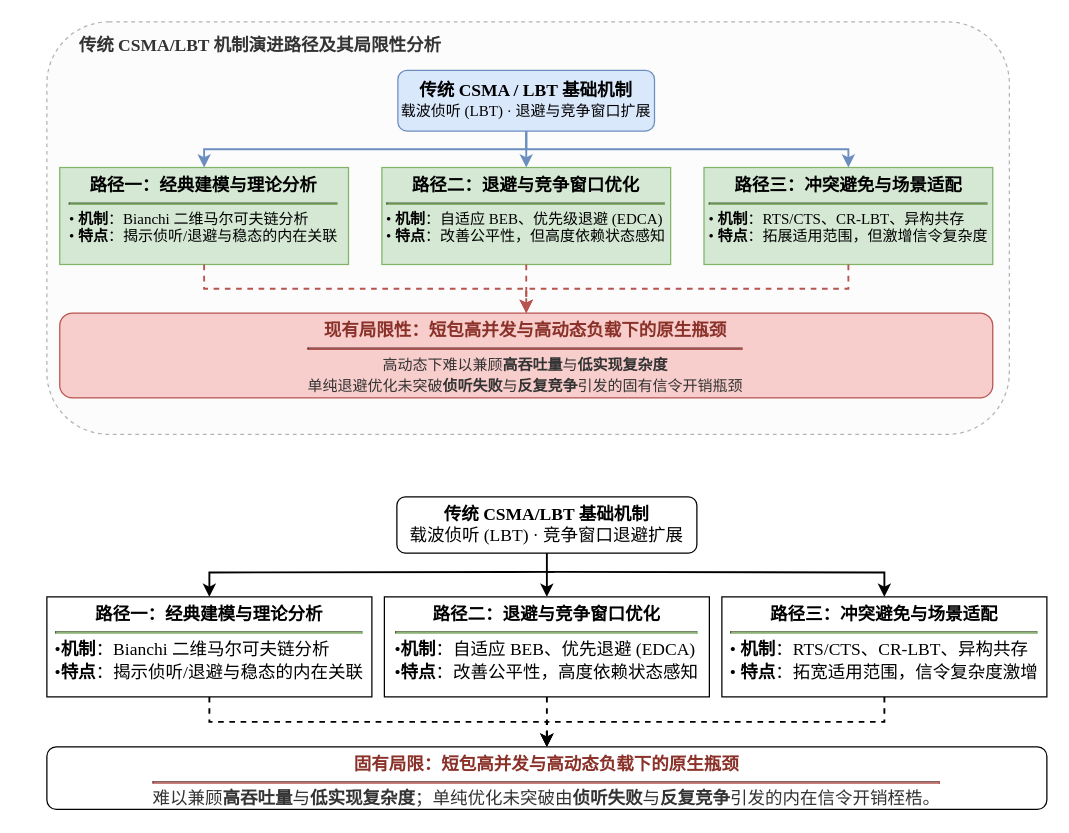
This is page "CSMA/LBT类随机接入协议研究技术脉络" (6 of 13) of drawio流程框图.drawio from Aworrier/zzzwl-big_paper, a draw.io file, before an edit. Source tidied: cells renumbered, new cells numbered last; positions are measured from the earlier drawing's top-left corner, leaving out a move shared by most shapes. Both pictures are drawn from the tidied source at 125%, with x=0, y=0 at pixel (46, 21).
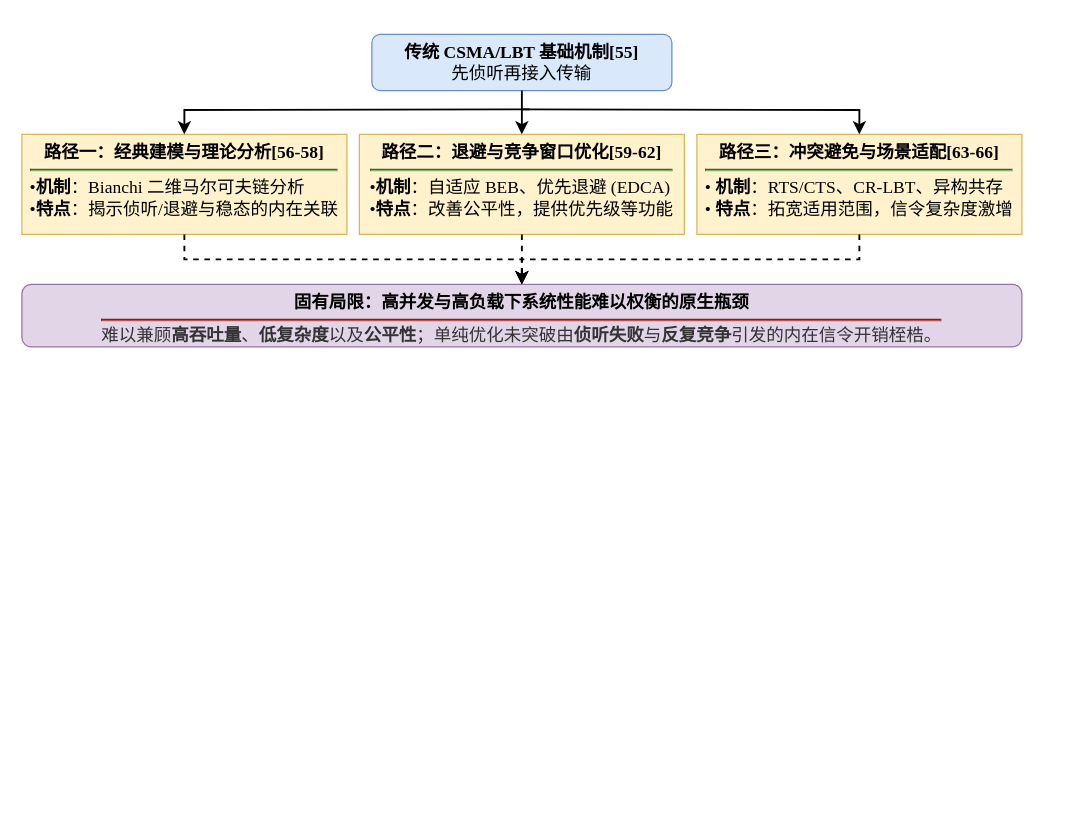
The same diagram, later.

Diff of the diagram source:
```diff
@@
-    <mxCell id="2" style="group;" parent="1" vertex="1">
-      <mxGeometry width="770" height="330" as="geometry" />
-    </mxCell>
-    <mxCell id="3" style="rounded=1;whiteSpace=wrap;html=1;fillColor=#fcfcfc;strokeColor=#b3b3b3;dashed=1;fontFamily=Times New Roman, SimSun;" parent="2" vertex="1">
-      <mxGeometry width="770" height="330" as="geometry" />
-    </mxCell>
-    <mxCell id="4" value="&lt;b style=&quot;font-size: 14px;&quot;&gt;传统 CSMA/LBT 机制演进路径及其局限性分析&lt;/b&gt;" style="text;html=1;strokeColor=none;fillColor=none;align=left;verticalAlign=middle;whiteSpace=wrap;rounded=0;fontColor=#333333;fontFamily=Times New Roman, SimSun;" parent="2" vertex="1">
-      <mxGeometry x="24.1" y="10" width="462" height="19.4" as="geometry" />
-    </mxCell>
-    <mxCell id="5" value="&lt;b style=&quot;font-size: 14px;&quot;&gt;传统 CSMA / LBT 基础机制&lt;/b&gt;&lt;br&gt;&lt;span style=&quot;font-size: 12px;&quot;&gt;载波侦听 (LBT) · 退避与竞争窗口扩展&lt;/span&gt;" style="rounded=1;whiteSpace=wrap;html=1;fillColor=#dae8fc;strokeColor=#6c8ebf;align=center;fontFamily=Times New Roman, SimSun;" parent="2" vertex="1">
-      <mxGeometry x="280.8" y="38.8" width="205.3" height="48.5" as="geometry" />
-    </mxCell>
-    <mxCell id="6" value="&lt;b style=&quot;font-size: 14px;&quot;&gt;路径一：经典建模与理论分析&lt;/b&gt;&lt;hr style=&quot;border-color:#82b366;margin-top:4px;margin-bottom:4px;&quot;&gt;&lt;div style=&quot;font-size: 12px; text-align: left; line-height: 1.2;&quot;&gt;• &lt;b&gt;机制&lt;/b&gt;：Bianchi 二维马尔可夫链分析&lt;br&gt;• &lt;b&gt;特点&lt;/b&gt;：揭示侦听/退避与稳态的内在关联&lt;/div&gt;" style="rounded=0;whiteSpace=wrap;html=1;fillColor=#d5e8d4;strokeColor=#82b366;align=center;verticalAlign=top;paddingTop=6;paddingLeft=8;paddingRight=8;fontFamily=Times New Roman, SimSun;" parent="2" vertex="1">
-      <mxGeometry x="10.3" y="116.5" width="231" height="77.6" as="geometry" />
-    </mxCell>
-    <mxCell id="7" value="&lt;b style=&quot;font-size: 14px;&quot;&gt;路径二：退避与竞争窗口优化&lt;/b&gt;&lt;hr style=&quot;border-color:#82b366;margin-top:4px;margin-bottom:4px;&quot;&gt;&lt;div style=&quot;font-size: 12px; text-align: left; line-height: 1.2;&quot;&gt;• &lt;b&gt;机制&lt;/b&gt;：自适应 BEB、优先级退避 (EDCA)&lt;br&gt;• &lt;b&gt;特点&lt;/b&gt;：改善公平性，但高度依赖状态感知&lt;/div&gt;" style="rounded=0;whiteSpace=wrap;html=1;fillColor=#d5e8d4;strokeColor=#82b366;align=center;verticalAlign=top;paddingTop=6;paddingLeft=8;paddingRight=8;fontFamily=Times New Roman, SimSun;" parent="2" vertex="1">
-      <mxGeometry x="268" y="116.5" width="231" height="77.6" as="geometry" />
-    </mxCell>
-    <mxCell id="8" value="&lt;b style=&quot;font-size: 14px;&quot;&gt;路径三：冲突避免与场景适配&lt;/b&gt;&lt;hr style=&quot;border-color:#82b366;margin-top:4px;margin-bottom:4px;&quot;&gt;&lt;div style=&quot;font-size: 12px; text-align: left; line-height: 1.2;&quot;&gt;• &lt;b&gt;机制&lt;/b&gt;：RTS/CTS、CR-LBT、异构共存&lt;br&gt;• &lt;b&gt;特点&lt;/b&gt;：拓展适用范围，但激增信令复杂度&lt;/div&gt;" style="rounded=0;whiteSpace=wrap;html=1;fillColor=#d5e8d4;strokeColor=#82b366;align=center;verticalAlign=top;paddingTop=6;paddingLeft=8;paddingRight=8;fontFamily=Times New Roman, SimSun;" parent="2" vertex="1">
-      <mxGeometry x="525.7" y="116.5" width="231" height="77.6" as="geometry" />
-    </mxCell>
-    <mxCell id="9" style="edgeStyle=orthogonalEdgeStyle;rounded=0;strokeColor=#6c8ebf;strokeWidth=1.5;" parent="2" edge="1" source="5" target="6">
-      <mxGeometry relative="1" as="geometry">
-        <Array as="points">
-          <mxPoint x="383.5" y="101.9" />
-          <mxPoint x="125.8" y="101.9" />
-        </Array>
-      </mxGeometry>
-    </mxCell>
-    <mxCell id="10" style="edgeStyle=orthogonalEdgeStyle;rounded=0;strokeColor=#6c8ebf;strokeWidth=1.5;" parent="2" edge="1" source="5" target="7">
-      <mxGeometry relative="1" as="geometry" />
-    </mxCell>
-    <mxCell id="11" style="edgeStyle=orthogonalEdgeStyle;rounded=0;strokeColor=#6c8ebf;strokeWidth=1.5;" parent="2" edge="1" source="5" target="8">
-      <mxGeometry relative="1" as="geometry">
-        <Array as="points">
-          <mxPoint x="383.5" y="101.9" />
-          <mxPoint x="641.2" y="101.9" />
-        </Array>
-      </mxGeometry>
-    </mxCell>
-    <mxCell id="12" value="&lt;b style=&quot;font-size: 14px; color:#8a3129;&quot;&gt;现有局限性：短包高并发与高动态负载下的原生瓶颈&lt;/b&gt;&lt;hr style=&quot;border-color:#b85450;margin-top:4px;margin-bottom:4px;&quot;&gt;&lt;div style=&quot;font-size: 12px; text-align: center; line-height: 1.4; color:#333333;&quot;&gt;高动态下难以兼顾&lt;b&gt;高吞吐量&lt;/b&gt;与&lt;b&gt;低实现复杂度&lt;/b&gt;&lt;br&gt;单纯退避优化未突破&lt;b&gt;侦听失败&lt;/b&gt;与&lt;b&gt;反复竞争&lt;/b&gt;引发的固有信令开销瓶颈&lt;/div&gt;" style="rounded=1;whiteSpace=wrap;html=1;fillColor=#f8cecc;strokeColor=#b85450;align=center;verticalAlign=top;paddingTop=6;fontFamily=Times New Roman, SimSun;shadow=0;" parent="2" vertex="1">
-      <mxGeometry x="10.3" y="232.9" width="746.4" height="67.9" as="geometry" />
-    </mxCell>
-    <mxCell id="13" style="edgeStyle=orthogonalEdgeStyle;rounded=0;strokeColor=#b85450;strokeWidth=1.5;dashed=1;" parent="2" edge="1" source="6" target="12">
-      <mxGeometry relative="1" as="geometry" />
-    </mxCell>
-    <mxCell id="14" style="edgeStyle=orthogonalEdgeStyle;rounded=0;strokeColor=#b85450;strokeWidth=1.5;dashed=1;" parent="2" edge="1" source="7" target="12">
-      <mxGeometry relative="1" as="geometry" />
-    </mxCell>
-    <mxCell id="15" style="edgeStyle=orthogonalEdgeStyle;rounded=0;strokeColor=#b85450;strokeWidth=1.5;dashed=1;" parent="2" edge="1" source="8" target="12">
-      <mxGeometry relative="1" as="geometry" />
-    </mxCell>
-    <mxCell id="16" style="group;" parent="1" vertex="1">
-      <mxGeometry y="380" width="800" height="250" as="geometry" />
-    </mxCell>
-    <mxCell id="17" value="&lt;b&gt;传统 CSMA/LBT 基础机制&lt;/b&gt;&lt;br&gt;载波侦听 (LBT) · 竞争窗口退避扩展" style="rounded=1;whiteSpace=wrap;html=1;align=center;fontFamily=Times New Roman, SimSun;labelBackgroundColor=none;fontSize=14;" parent="16" vertex="1">
-      <mxGeometry x="280" width="240" height="45" as="geometry" />
-    </mxCell>
-    <mxCell id="18" value="&lt;b&gt;路径一：经典建模与理论分析&lt;/b&gt;&lt;hr style=&quot;border-color: rgb(130, 179, 102); margin: 4px 0px;&quot;&gt;&lt;div style=&quot;text-align: left; line-height: 1.3;&quot;&gt;•&lt;b style=&quot;background-color: transparent; color: light-dark(rgb(0, 0, 0), rgb(255, 255, 255));&quot;&gt;机制&lt;/b&gt;&lt;span style=&quot;background-color: transparent; color: light-dark(rgb(0, 0, 0), rgb(255, 255, 255));&quot;&gt;：Bianchi 二维马尔可夫链分析&lt;/span&gt;&lt;/div&gt;&lt;div style=&quot;text-align: left; line-height: 1.3;&quot;&gt;•&lt;b style=&quot;background-color: transparent; color: light-dark(rgb(0, 0, 0), rgb(255, 255, 255));&quot;&gt;特点&lt;/b&gt;&lt;span style=&quot;background-color: transparent; color: light-dark(rgb(0, 0, 0), rgb(255, 255, 255));&quot;&gt;：揭示侦听/退避与稳态的内在关联&lt;/span&gt;&lt;/div&gt;" style="rounded=0;whiteSpace=wrap;html=1;align=center;verticalAlign=top;paddingTop=6;paddingLeft=8;paddingRight=8;fontFamily=Times New Roman, SimSun;labelBackgroundColor=none;fontSize=14;" parent="16" vertex="1">
-      <mxGeometry y="80" width="260" height="80" as="geometry" />
-    </mxCell>
-    <mxCell id="19" value="&lt;b&gt;路径二：&lt;/b&gt;&lt;b&gt;退避与竞争窗口优化&lt;/b&gt;&lt;hr style=&quot;border-color: rgb(130, 179, 102); margin: 4px 0px;&quot;&gt;&lt;div style=&quot;text-align: left; line-height: 1.3;&quot;&gt;•&lt;b&gt;机制&lt;/b&gt;：自适应 BEB、优先退避 (EDCA)&lt;br&gt;•&lt;b&gt;特点&lt;/b&gt;：改善公平性，高度依赖状态感知&lt;/div&gt;" style="rounded=0;whiteSpace=wrap;html=1;align=center;verticalAlign=top;paddingTop=6;paddingLeft=8;paddingRight=8;fontFamily=Times New Roman, SimSun;labelBackgroundColor=none;fontSize=14;" parent="16" vertex="1">
-      <mxGeometry x="270" y="80" width="260" height="80" as="geometry" />
-    </mxCell>
-    <mxCell id="20" value="&lt;b&gt;路径三：&lt;/b&gt;&lt;b&gt;冲突避免与场景适配&lt;/b&gt;&lt;hr style=&quot;border-color: rgb(130, 179, 102); margin: 4px 0px;&quot;&gt;&lt;div style=&quot;text-align: left; line-height: 1.3;&quot;&gt;•&amp;nbsp;&lt;b style=&quot;background-color: transparent; color: light-dark(rgb(0, 0, 0), rgb(255, 255, 255));&quot;&gt;机制&lt;/b&gt;&lt;span style=&quot;background-color: transparent; color: light-dark(rgb(0, 0, 0), rgb(255, 255, 255));&quot;&gt;：RTS/CTS、CR-LBT、异构共存&lt;/span&gt;&lt;/div&gt;&lt;div style=&quot;text-align: left; line-height: 1.3;&quot;&gt;•&amp;nbsp;&lt;b style=&quot;background-color: transparent; color: light-dark(rgb(0, 0, 0), rgb(255, 255, 255));&quot;&gt;特点&lt;/b&gt;&lt;span style=&quot;background-color: transparent; color: light-dark(rgb(0, 0, 0), rgb(255, 255, 255));&quot;&gt;：拓宽适用范围，信令复杂度激增&lt;/span&gt;&lt;/div&gt;" style="rounded=0;whiteSpace=wrap;html=1;align=center;verticalAlign=top;paddingTop=6;paddingLeft=8;paddingRight=8;fontFamily=Times New Roman, SimSun;labelBackgroundColor=none;fontSize=14;" parent="16" vertex="1">
-      <mxGeometry x="540" y="80" width="260" height="80" as="geometry" />
-    </mxCell>
-    <mxCell id="21" value="&lt;b style=&quot;color: rgb(138, 49, 41);&quot;&gt;固有局限：短包高并发与高动态负载下的原生瓶颈&lt;/b&gt;&lt;hr style=&quot;border-color: rgb(184, 84, 80); margin: 4px 0px;&quot;&gt;&lt;div style=&quot;color: rgb(51, 51, 51);&quot;&gt;难以兼顾&lt;b&gt;高吞吐量&lt;/b&gt;与&lt;b&gt;低实现复杂度&lt;/b&gt;；单纯优化未突破由&lt;b&gt;侦听失败&lt;/b&gt;与&lt;b&gt;反复竞争&lt;/b&gt;引发的内在信令开销桎梏。&lt;/div&gt;" style="rounded=1;whiteSpace=wrap;html=1;align=center;verticalAlign=top;paddingTop=6;fontFamily=Times New Roman, SimSun;labelBackgroundColor=none;fontSize=14;" parent="16" vertex="1">
-      <mxGeometry y="200" width="800" height="50" as="geometry" />
-    </mxCell>
-    <mxCell id="22" style="edgeStyle=orthogonalEdgeStyle;rounded=0;strokeWidth=1.5;labelBackgroundColor=none;fontColor=default;fontSize=14;entryX=0.5;entryY=0;entryDx=0;entryDy=0;" parent="16" edge="1" target="18">
-      <mxGeometry relative="1" as="geometry">
-        <mxPoint x="406" y="60" as="sourcePoint" />
-      </mxGeometry>
-    </mxCell>
-    <mxCell id="23" style="edgeStyle=orthogonalEdgeStyle;rounded=0;strokeWidth=1.5;labelBackgroundColor=none;fontColor=default;fontSize=14;" parent="16" edge="1" source="17" target="19">
-      <mxGeometry relative="1" as="geometry" />
-    </mxCell>
-    <mxCell id="24" style="edgeStyle=orthogonalEdgeStyle;rounded=0;strokeWidth=1.5;labelBackgroundColor=none;fontColor=default;fontSize=14;entryX=0.5;entryY=0;entryDx=0;entryDy=0;" parent="16" edge="1" target="20">
-      <mxGeometry relative="1" as="geometry">
-        <mxPoint x="400" y="60" as="sourcePoint" />
-      </mxGeometry>
-    </mxCell>
-    <mxCell id="25" style="edgeStyle=orthogonalEdgeStyle;rounded=0;strokeWidth=1.5;dashed=1;labelBackgroundColor=none;fontColor=default;fontSize=14;" parent="16" edge="1" source="18" target="21">
-      <mxGeometry relative="1" as="geometry" />
-    </mxCell>
-    <mxCell id="26" style="edgeStyle=orthogonalEdgeStyle;rounded=0;strokeWidth=1.5;dashed=1;labelBackgroundColor=none;fontColor=default;fontSize=14;" parent="16" edge="1" source="19" target="21">
-      <mxGeometry relative="1" as="geometry" />
-    </mxCell>
-    <mxCell id="27" style="edgeStyle=orthogonalEdgeStyle;rounded=0;strokeWidth=1.5;dashed=1;labelBackgroundColor=none;fontColor=default;fontSize=14;" parent="16" edge="1" source="20" target="21">
-      <mxGeometry relative="1" as="geometry" />
-    </mxCell>
+    <mxCell id="28" style="group;" parent="1" vertex="1">
+      <mxGeometry x="-20" y="10" width="800" height="250" as="geometry" />
+    </mxCell>
+    <mxCell id="29" value="&lt;b&gt;传统 CSMA/LBT 基础机制[55]&lt;/b&gt;&lt;br&gt;先侦听再接入传输" style="rounded=1;whiteSpace=wrap;html=1;align=center;fontFamily=Times New Roman, SimSun;labelBackgroundColor=none;fontSize=14;fillColor=#dae8fc;strokeColor=#6c8ebf;" parent="28" vertex="1">
+      <mxGeometry x="280" width="240" height="45" as="geometry" />
+    </mxCell>
+    <mxCell id="30" value="&lt;b&gt;路径一：经典建模与理论分析[56-58]&lt;/b&gt;&lt;hr style=&quot;border-color: rgb(130, 179, 102); margin: 4px 0px;&quot;&gt;&lt;div style=&quot;text-align: left; line-height: 1.3;&quot;&gt;•&lt;b style=&quot;background-color: transparent; color: light-dark(rgb(0, 0, 0), rgb(255, 255, 255));&quot;&gt;机制&lt;/b&gt;&lt;span style=&quot;background-color: transparent; color: light-dark(rgb(0, 0, 0), rgb(255, 255, 255));&quot;&gt;：Bianchi 二维马尔可夫链分析&lt;/span&gt;&lt;/div&gt;&lt;div style=&quot;text-align: left; line-height: 1.3;&quot;&gt;•&lt;b style=&quot;background-color: transparent; color: light-dark(rgb(0, 0, 0), rgb(255, 255, 255));&quot;&gt;特点&lt;/b&gt;&lt;span style=&quot;background-color: transparent; color: light-dark(rgb(0, 0, 0), rgb(255, 255, 255));&quot;&gt;：揭示侦听/退避与稳态的内在关联&lt;/span&gt;&lt;/div&gt;" style="rounded=0;whiteSpace=wrap;html=1;align=center;verticalAlign=top;paddingTop=6;paddingLeft=8;paddingRight=8;fontFamily=Times New Roman, SimSun;labelBackgroundColor=none;fontSize=14;fillColor=#fff2cc;strokeColor=#d6b656;" parent="28" vertex="1">
+      <mxGeometry y="80" width="260" height="80" as="geometry" />
+    </mxCell>
+    <mxCell id="31" value="&lt;b&gt;路径二：&lt;/b&gt;&lt;b&gt;退避与竞争窗口优化[59-62]&lt;/b&gt;&lt;hr style=&quot;border-color: rgb(130, 179, 102); margin: 4px 0px;&quot;&gt;&lt;div style=&quot;text-align: left; line-height: 1.3;&quot;&gt;•&lt;b&gt;机制&lt;/b&gt;：自适应 BEB、优先退避 (EDCA)&lt;br&gt;•&lt;b&gt;特点&lt;/b&gt;：改善公平性，提供优先级等功能&lt;/div&gt;" style="rounded=0;whiteSpace=wrap;html=1;align=center;verticalAlign=top;paddingTop=6;paddingLeft=8;paddingRight=8;fontFamily=Times New Roman, SimSun;labelBackgroundColor=none;fontSize=14;fillColor=#fff2cc;strokeColor=#d6b656;" parent="28" vertex="1">
+      <mxGeometry x="270" y="80" width="260" height="80" as="geometry" />
+    </mxCell>
+    <mxCell id="32" value="&lt;b&gt;路径三：&lt;/b&gt;&lt;b&gt;冲突避免与场景适配[63-66]&lt;/b&gt;&lt;hr style=&quot;border-color: rgb(130, 179, 102); margin: 4px 0px;&quot;&gt;&lt;div style=&quot;text-align: left; line-height: 1.3;&quot;&gt;•&amp;nbsp;&lt;b style=&quot;background-color: transparent; color: light-dark(rgb(0, 0, 0), rgb(255, 255, 255));&quot;&gt;机制&lt;/b&gt;&lt;span style=&quot;background-color: transparent; color: light-dark(rgb(0, 0, 0), rgb(255, 255, 255));&quot;&gt;：RTS/CTS、CR-LBT、异构共存&lt;/span&gt;&lt;/div&gt;&lt;div style=&quot;text-align: left; line-height: 1.3;&quot;&gt;•&amp;nbsp;&lt;b style=&quot;background-color: transparent; color: light-dark(rgb(0, 0, 0), rgb(255, 255, 255));&quot;&gt;特点&lt;/b&gt;&lt;span style=&quot;background-color: transparent; color: light-dark(rgb(0, 0, 0), rgb(255, 255, 255));&quot;&gt;：拓宽适用范围，信令复杂度激增&lt;/span&gt;&lt;/div&gt;" style="rounded=0;whiteSpace=wrap;html=1;align=center;verticalAlign=top;paddingTop=6;paddingLeft=8;paddingRight=8;fontFamily=Times New Roman, SimSun;labelBackgroundColor=none;fontSize=14;fillColor=#fff2cc;strokeColor=#d6b656;" parent="28" vertex="1">
+      <mxGeometry x="540" y="80" width="260" height="80" as="geometry" />
+    </mxCell>
+    <mxCell id="33" value="&lt;b&gt;&lt;font&gt;固有局限：高并发与高负载下系统性能难以权衡的原生瓶颈&lt;/font&gt;&lt;/b&gt;&lt;hr style=&quot;border-color: rgb(184, 84, 80); margin: 4px 0px;&quot;&gt;&lt;div style=&quot;color: rgb(51, 51, 51);&quot;&gt;难以兼顾&lt;b&gt;高吞吐量&lt;/b&gt;、&lt;b&gt;低复杂度&lt;/b&gt;以及&lt;b&gt;公平性&lt;/b&gt;；单纯优化未突破由&lt;b&gt;侦听失败&lt;/b&gt;与&lt;b&gt;反复竞争&lt;/b&gt;引发的内在信令开销桎梏。&lt;/div&gt;" style="rounded=1;whiteSpace=wrap;html=1;align=center;verticalAlign=top;paddingTop=6;fontFamily=Times New Roman, SimSun;labelBackgroundColor=none;fontSize=14;fillColor=#e1d5e7;strokeColor=#9673a6;" parent="28" vertex="1">
+      <mxGeometry y="200" width="800" height="50" as="geometry" />
+    </mxCell>
+    <mxCell id="34" style="edgeStyle=orthogonalEdgeStyle;rounded=0;strokeWidth=1.5;labelBackgroundColor=none;fontColor=default;fontSize=14;entryX=0.5;entryY=0;entryDx=0;entryDy=0;" parent="28" edge="1" target="30">
+      <mxGeometry relative="1" as="geometry">
+        <mxPoint x="406" y="60" as="sourcePoint" />
+      </mxGeometry>
+    </mxCell>
+    <mxCell id="35" style="edgeStyle=orthogonalEdgeStyle;rounded=0;strokeWidth=1.5;labelBackgroundColor=none;fontColor=default;fontSize=14;" parent="28" edge="1" source="29" target="31">
+      <mxGeometry relative="1" as="geometry" />
+    </mxCell>
+    <mxCell id="36" style="edgeStyle=orthogonalEdgeStyle;rounded=0;strokeWidth=1.5;labelBackgroundColor=none;fontColor=default;fontSize=14;entryX=0.5;entryY=0;entryDx=0;entryDy=0;" parent="28" edge="1" target="32">
+      <mxGeometry relative="1" as="geometry">
+        <mxPoint x="400" y="60" as="sourcePoint" />
+      </mxGeometry>
+    </mxCell>
+    <mxCell id="37" style="edgeStyle=orthogonalEdgeStyle;rounded=0;strokeWidth=1.5;dashed=1;labelBackgroundColor=none;fontColor=default;fontSize=14;" parent="28" edge="1" source="30" target="33">
+      <mxGeometry relative="1" as="geometry" />
+    </mxCell>
+    <mxCell id="38" style="edgeStyle=orthogonalEdgeStyle;rounded=0;strokeWidth=1.5;dashed=1;labelBackgroundColor=none;fontColor=default;fontSize=14;" parent="28" edge="1" source="31" target="33">
+      <mxGeometry relative="1" as="geometry" />
+    </mxCell>
+    <mxCell id="39" style="edgeStyle=orthogonalEdgeStyle;rounded=0;strokeWidth=1.5;dashed=1;labelBackgroundColor=none;fontColor=default;fontSize=14;" parent="28" edge="1" source="32" target="33">
+      <mxGeometry relative="1" as="geometry" />
+    </mxCell>
```
